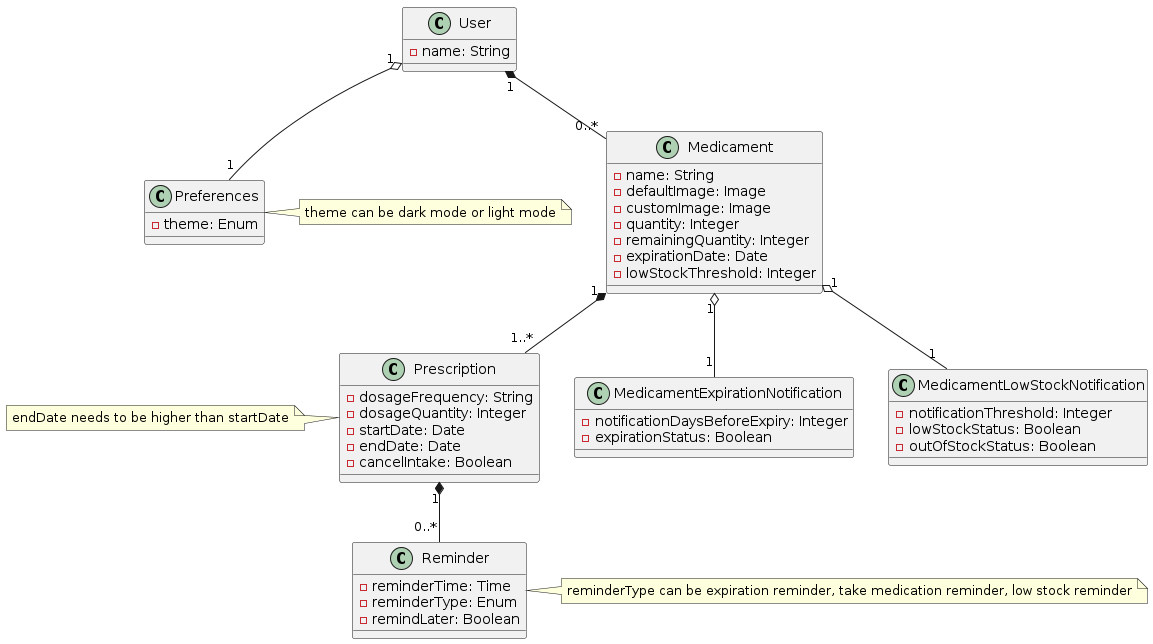
This is assets/diagrams/domain_model/domain_model.png from YZ1GO/L.EIC017_ES_PRJ, a PlantUML export, as it was before one commit.
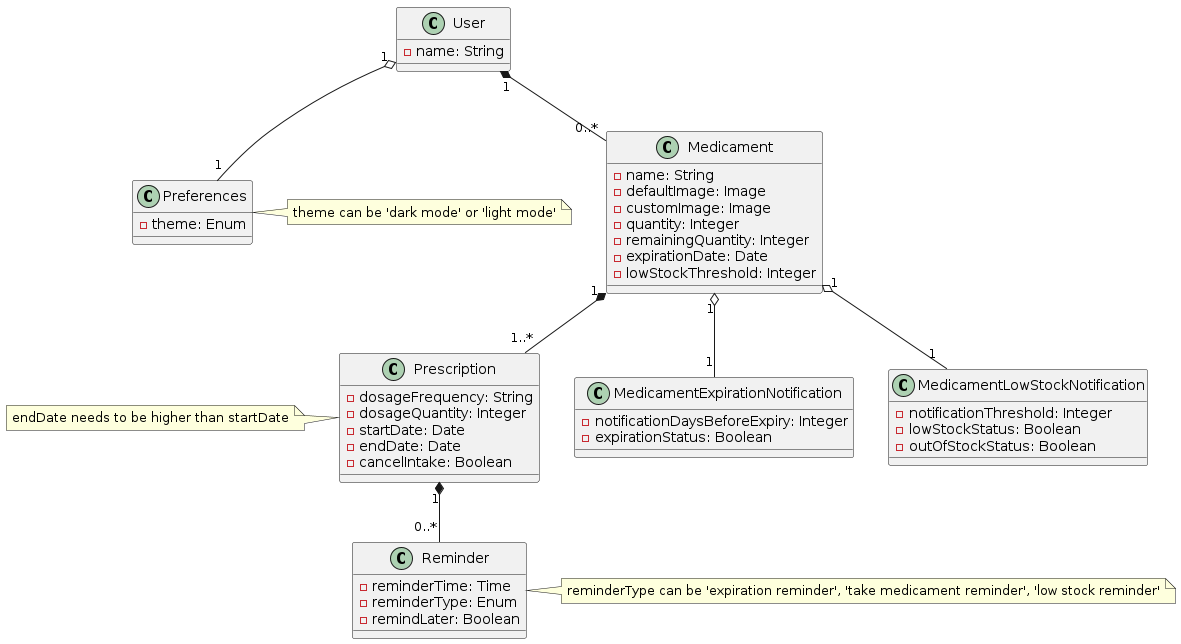
The same file after the commit.

Commit message:
update domain model

Diff of the diagram source:
```diff
@@ -1,4 +1,4 @@
-@startuml PINGUPILLS
+@startuml domain_model
 
 class Medicament {
     - name: String
@@ -29,7 +29,7 @@
 }
 
 note right of Reminder
-    reminderType can be expiration reminder, take medication reminder, low stock reminder
+    reminderType can be 'expiration reminder', 'take medicament reminder', 'low stock reminder'
 end note
 
 class Preferences {
@@ -37,7 +37,7 @@
 }
 
 note right of Preferences
-    theme can be dark mode or light mode
+    theme can be 'dark mode' or 'light mode'
 end note
 
 class User {
```
